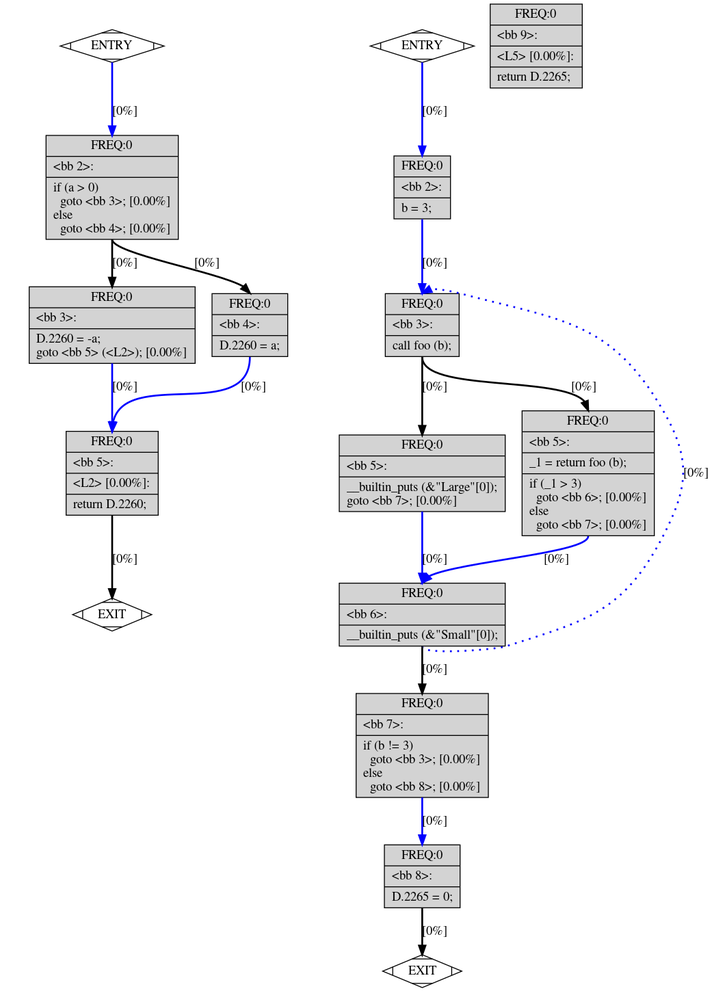
Above: Notebooks/main_output.png in juliendenize/Cassiop-e-Control-Flow-Graph (Graphviz), before the change. Its source is kept beside it as Notebooks/main_output.dot.
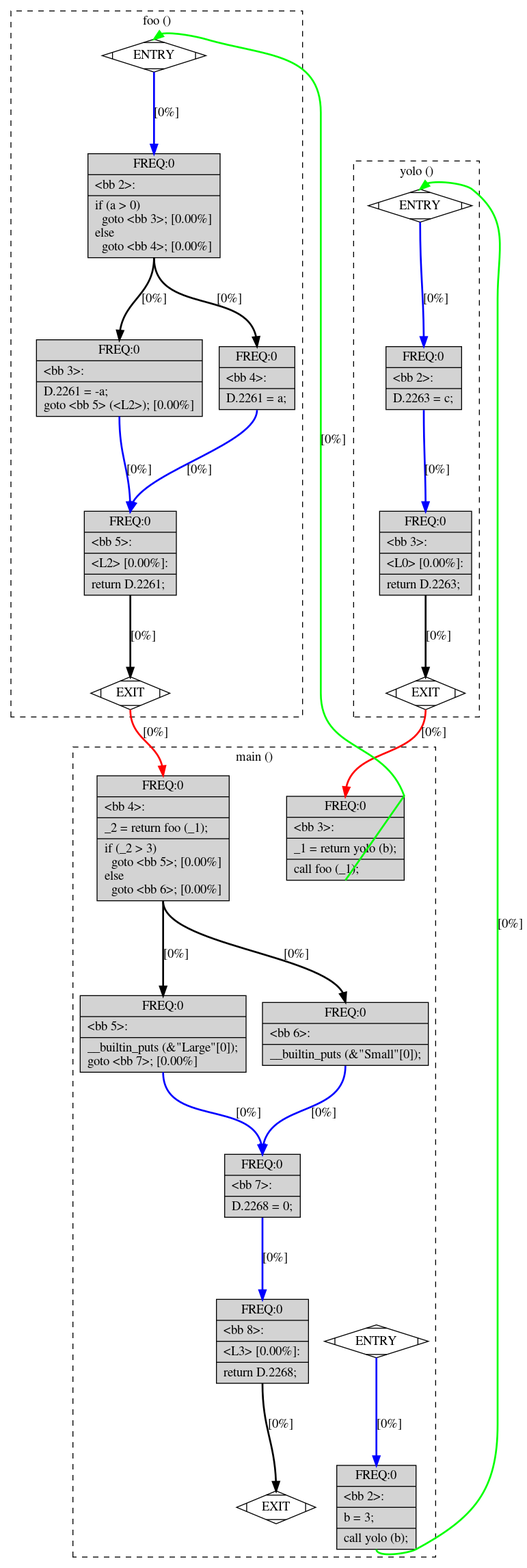
The same file after the commit.

The edit, as a diff of the source:
```diff
@@ -1,271 +1,324 @@
-digraph "test.c.011t.cfg" {
-	graph [bb="0,0,773,1079",
+digraph "cluster_test.c.011t.cfg" {
+	graph [bb="0,0,570,1711",
 		overlap=false
 	];
 	node [label="\N"];
-	subgraph foo {
-		graph [color=black,
+	subgraph cluster_foo {
+		graph [bb="8,929,328,1703",
+			color=black,
 			label="foo ()",
+			lheight=0.21,
+			lp="168,1691.5",
+			lwidth=0.43,
 			style=dashed
 		];
 		fn_0_basic_block_0		 [fillcolor=white,
 			height=0.5,
 			label=ENTRY,
-			pos="119,1032.5",
+			pos="165,1654",
 			shape=Mdiamond,
 			style=filled,
 			width=1.583];
 		fn_0_basic_block_1		 [fillcolor=white,
 			height=0.5,
 			label=EXIT,
-			pos="119,409",
+			pos="139,955",
 			shape=Mdiamond,
 			style=filled,
 			width=1.2];
 		fn_0_basic_block_0:s -> fn_0_basic_block_1:n		 [constraint=true,
-			pos="e,119,427 119,1014.5 119,963.74 69.167,974.27 37,935 17.742,911.49 0,907.89 0,877.5 0,877.5 0,877.5 0,564 0,523.65 32.54,525.46 \
-59,495 82.953,467.42 112.77,467.08 118.15,437.26",
+			pos="e,139,973 165,1636 165,1567.3 17,1660.2 17,1591.5 17,1591.5 17,1591.5 17,1017.5 17,963.84 122.45,1021.4 137.28,983.36",
 			style=invis];
 		fn_0_basic_block_2		 [fillcolor=lightgrey,
 			height=1.5972,
 			label="{ FREQ:0 |\<bb\ 2\>:\l|if\ (a\ \>\ 0)\l\ \ goto\ \<bb\ 3\>;\ [0.00%]\lelse\l\ \ goto\ \<bb\ 4\>;\ [0.00%]\l}",
-			pos="119,877.5",
-			rects="46.5,911.5,191.5,934.5 46.5,888.5,191.5,911.5 46.5,820.5,191.5,888.5",
+			pos="165,1489.5",
+			rects="92.5,1523.5,237.5,1546.5 92.5,1500.5,237.5,1523.5 92.5,1432.5,237.5,1500.5",
 			shape=record,
 			style=filled,
 			width=2.0139];
 		fn_0_basic_block_0:s -> fn_0_basic_block_2:n		 [color=blue,
 			constraint=true,
 			label="[0%]",
-			lp="133,960.5",
-			pos="e,119,934.5 119,1014.5 119,982.56 119,972.14 119,944.56",
+			lp="179,1591.5",
+			pos="e,165,1546.5 165,1636 165,1599.8 165,1588.3 165,1556.5",
 			style="solid,bold",
 			weight=100];
 		fn_0_basic_block_3		 [fillcolor=lightgrey,
 			height=1.1806,
-			label="{ FREQ:0 |\<bb\ 3\>:\l|D.2260\ =\ -a;\lgoto\ \<bb\ 5\>\ (\<L2\>);\ [0.00%]\l}",
-			pos="119,726.5",
-			rects="28,745.5,210,768.5 28,722.5,210,745.5 28,684.5,210,722.5",
+			label="{ FREQ:0 |\<bb\ 3\>:\l|D.2261\ =\ -a;\lgoto\ \<bb\ 5\>\ (\<L2\>);\ [0.00%]\l}",
+			pos="127,1300.5",
+			rects="36,1319.5,218,1342.5 36,1296.5,218,1319.5 36,1258.5,218,1296.5",
 			shape=record,
 			style=filled,
 			width=2.5278];
 		fn_0_basic_block_2:s -> fn_0_basic_block_3:n		 [color=black,
 			constraint=true,
 			label="[0%]",
-			lp="133,794.5",
-			pos="e,119,768.5 119,820.5 119,801.18 119,793.97 119,778.63",
+			lp="165,1387.5",
+			pos="e,127,1342.5 165,1432.5 165,1392.8 133.25,1386.8 127.79,1352.9",
 			style="solid,bold",
 			weight=10];
 		fn_0_basic_block_4		 [fillcolor=lightgrey,
 			height=0.97222,
-			label="{ FREQ:0 |\<bb\ 4\>:\l|D.2260\ =\ a;\l}",
-			pos="270,726.5",
-			rects="228.5,738,311.5,761 228.5,715,311.5,738 228.5,692,311.5,715",
+			label="{ FREQ:0 |\<bb\ 4\>:\l|D.2261\ =\ a;\l}",
+			pos="278,1300.5",
+			rects="236.5,1312,319.5,1335 236.5,1289,319.5,1312 236.5,1266,319.5,1289",
 			shape=record,
 			style=filled,
 			width=1.1528];
 		fn_0_basic_block_2:s -> fn_0_basic_block_4:n		 [color=black,
 			constraint=true,
 			label="[0%]",
-			lp="223,794.5",
-			pos="e,270,761.5 119,820.5 119,804.88 232.55,785.53 262.72,768.92",
+			lp="248,1387.5",
+			pos="e,278,1335.5 165,1432.5 165,1369.9 265.98,1398.1 277.02,1345.5",
 			style="solid,bold",
 			weight=10];
 		fn_0_basic_block_5		 [fillcolor=lightgrey,
 			height=1.2917,
-			label="{ FREQ:0 |\<bb\ 5\>:\l|\<L2\>\ [0.00%]:\l|return\ D.2260;\l}",
-			pos="119,564",
-			rects="68.5,587,169.5,610 68.5,564,169.5,587 68.5,541,169.5,564 68.5,518,169.5,541",
+			label="{ FREQ:0 |\<bb\ 5\>:\l|\<L2\>\ [0.00%]:\l|return\ D.2261;\l}",
+			pos="139,1108.5",
+			rects="88.5,1131.5,189.5,1154.5 88.5,1108.5,189.5,1131.5 88.5,1085.5,189.5,1108.5 88.5,1062.5,189.5,1085.5",
 			shape=record,
 			style=filled,
 			width=1.4028];
 		fn_0_basic_block_3:s -> fn_0_basic_block_5:n		 [color=blue,
 			constraint=true,
 			label="[0%]",
-			lp="133,658.5",
-			pos="e,119,610 119,684.5 119,655.01 119,645.22 119,620.04",
+			lp="149,1199.5",
+			pos="e,139,1154.5 127,1258.5 127,1215.6 137.2,1203 138.79,1164.8",
 			style="solid,bold",
 			weight=100];
 		fn_0_basic_block_4:s -> fn_0_basic_block_5:n		 [color=blue,
 			constraint=true,
 			label="[0%]",
-			lp="274,658.5",
-			pos="e,119,610 270,691.5 270,618.96 133.39,679.68 120.04,620.15",
+			lp="215,1199.5",
+			pos="e,139,1154.5 278,1265.5 278,1229.4 161.86,1199.6 141.9,1164.5",
 			style="solid,bold",
 			weight=100];
 		fn_0_basic_block_5:s -> fn_0_basic_block_1:n		 [color=black,
 			constraint=true,
 			label="[0%]",
-			lp="133,469.5",
-			pos="e,119,427 119,518 119,481.19 119,469.51 119,437.21",
+			lp="153,1017.5",
+			pos="e,139,973 139,1062.5 139,1026.3 139,1014.8 139,983.04",
 			style="solid,bold",
 			weight=10];
 	}
-	subgraph main {
-		graph [color=black,
-			label="main ()",
+	subgraph cluster_yolo {
+		graph [bb="384,929,522,1538.5",
+			color=black,
+			label="yolo ()",
+			lheight=0.21,
+			lp="453,1527",
+			lwidth=0.51,
 			style=dashed
 		];
-		subgraph "1_1" {
-			graph [color=darkgreen,
-				fillcolor=grey88,
-				label="loop 1",
-				labeljust=l,
-				penwidth=2,
-				style=filled
-			];
-			fn_1_basic_block_3			 [fillcolor=lightgrey,
-				height=0.97222,
-				label="{ FREQ:0 |\<bb\ 3\>:\l|call\ foo\ (b);\l}",
-				pos="459,726.5",
-				rects="418.5,738,499.5,761 418.5,715,499.5,738 418.5,692,499.5,715",
-				shape=record,
-				style=filled,
-				width=1.125];
-			fn_1_basic_block_5			 [fillcolor=lightgrey,
-				height=1.1806,
-				label="{ FREQ:0 |\<bb\ 5\>:\l|__builtin_puts\ (&\"Large\"[0]);\lgoto\ \<bb\ 7\>;\ [0.00%]\l}",
-				pos="459,564",
-				rects="368,583,550,606 368,560,550,583 368,522,550,560",
-				shape=record,
-				style=filled,
-				width=2.5278];
-			fn_1_basic_block_6			 [fillcolor=lightgrey,
-				height=0.97222,
-				label="{ FREQ:0 |\<bb\ 6\>:\l|__builtin_puts\ (&\"Small\"[0]);\l}",
-				pos="459,409",
-				rects="368,420.5,550,443.5 368,397.5,550,420.5 368,374.5,550,397.5",
-				shape=record,
-				style=filled,
-				width=2.5278];
-			fn_1_basic_block_7			 [fillcolor=lightgrey,
-				height=1.5972,
-				label="{ FREQ:0 |\<bb\ 7\>:\l|if\ (b\ !=\ 3)\l\ \ goto\ \<bb\ 3\>;\ [0.00%]\lelse\l\ \ goto\ \<bb\ 8\>;\ [0.00%]\l}",
-				pos="459,265.5",
-				rects="386.5,299.5,531.5,322.5 386.5,276.5,531.5,299.5 386.5,208.5,531.5,276.5",
-				shape=record,
-				style=filled,
-				width=2.0139];
-			fn_1_basic_block_4			 [fillcolor=lightgrey,
-				height=1.9167,
-				label="{ FREQ:0 |\<bb\ 5\>:\l|_1\ =\ return\ foo\ (b);\l|if\ (_1\ \>\ 3)\l\ \ goto\ \<bb\ 6\>;\ [0.00%]\lelse\l\ \ goto\ \<bb\ 7\>;\ [0.00%]\l}",
-				pos="641,564",
-				rects="568.5,609.5,713.5,632.5 568.5,586.5,713.5,609.5 568.5,563.5,713.5,586.5 568.5,495.5,713.5,563.5",
-				shape=record,
-				style=filled,
-				width=2.0139];
-		}
-		fn_1_basic_block_3:s -> fn_1_basic_block_5:n		 [color=black,
-			constraint=true,
-			label="[0%]",
-			lp="473,658.5",
-			pos="e,459,606 459,691.5 459,657.21 459,646.13 459,616.37",
-			style="solid,bold",
-			weight=10];
-		fn_1_basic_block_3:s -> fn_1_basic_block_4:n		 [color=black,
-			constraint=true,
-			label="[0%]",
-			lp="636,658.5",
-			pos="e,641,633 459,691.5 459,652.67 611.06,671.44 637.2,642.51",
-			style="solid,bold",
-			weight=10];
-		fn_1_basic_block_5:s -> fn_1_basic_block_6:n		 [color=blue,
-			constraint=true,
-			label="[0%]",
-			lp="473,469.5",
-			pos="e,459,444 459,522 459,490.99 459,480.78 459,454.16",
-			style="solid,bold",
-			weight=100];
-		fn_1_basic_block_6:s -> fn_1_basic_block_3:n		 [color=blue,
-			constraint=false,
-			label="[0%]",
-			lp="759,564",
-			pos="e,459,761.5 459,374 459,363.89 540.36,370.96 550,374 639.49,402.19 679.65,411.78 723,495 751.33,549.4 753.71,579.91 723,633 665.62,\
-732.18 610.2,731.94 499.5,761.5 493.79,763.02 478.13,766.42 468.04,766.04",
-			style="dotted,bold",
-			weight=10];
-		fn_1_basic_block_6:s -> fn_1_basic_block_7:n		 [color=black,
-			constraint=true,
-			label="[0%]",
-			lp="473,348.5",
-			pos="e,459,322.5 459,374 459,354.87 459,347.73 459,332.53",
-			style="solid,bold",
-			weight=10];
-		fn_1_basic_block_8		 [fillcolor=lightgrey,
-			height=0.97222,
-			label="{ FREQ:0 |\<bb\ 8\>:\l|D.2265\ =\ 0;\l}",
-			pos="459,122",
-			rects="417.5,133.5,500.5,156.5 417.5,110.5,500.5,133.5 417.5,87.5,500.5,110.5",
-			shape=record,
-			style=filled,
-			width=1.1528];
-		fn_1_basic_block_7:s -> fn_1_basic_block_8:n		 [color=blue,
-			constraint=true,
-			label="[0%]",
-			lp="473,182.5",
-			pos="e,459,157 459,208.5 459,189.37 459,182.23 459,167.03",
-			style="solid,bold",
-			weight=100];
-		fn_1_basic_block_4:s -> fn_1_basic_block_6:n		 [color=blue,
-			constraint=true,
-			label="[0%]",
-			lp="606,469.5",
-			pos="e,459,444 641,495 641,476.54 500.41,467.36 466.36,451.14",
-			style="solid,bold",
-			weight=100];
 		fn_1_basic_block_0		 [fillcolor=white,
 			height=0.5,
 			label=ENTRY,
-			pos="459,1032.5",
+			pos="457,1489.5",
 			shape=Mdiamond,
 			style=filled,
 			width=1.583];
 		fn_1_basic_block_1		 [fillcolor=white,
 			height=0.5,
 			label=EXIT,
-			pos="459,18",
+			pos="463,955",
 			shape=Mdiamond,
 			style=filled,
 			width=1.2];
 		fn_1_basic_block_0:s -> fn_1_basic_block_1:n		 [constraint=true,
-			pos="e,459,36 459,1014.5 459,933.85 340,958.15 340,877.5 340,877.5 340,877.5 340,122 340,60.441 445.9,96.565 457.9,46.072",
+			pos="e,463,973 457,1471.5 457,1424.6 393,1434.4 393,1387.5 393,1387.5 393,1387.5 393,1017.5 393,984.67 448.52,1004.3 460.67,982.9",
 			style=invis];
 		fn_1_basic_block_2		 [fillcolor=lightgrey,
 			height=0.97222,
-			label="{ FREQ:0 |\<bb\ 2\>:\l|b\ =\ 3;\l}",
-			pos="459,877.5",
-			rects="428,889,490,912 428,866,490,889 428,843,490,866",
+			label="{ FREQ:0 |\<bb\ 2\>:\l|D.2263\ =\ c;\l}",
+			pos="461,1300.5",
+			rects="419.5,1312,502.5,1335 419.5,1289,502.5,1312 419.5,1266,502.5,1289",
 			shape=record,
 			style=filled,
-			width=0.86111];
+			width=1.1528];
 		fn_1_basic_block_0:s -> fn_1_basic_block_2:n		 [color=blue,
 			constraint=true,
 			label="[0%]",
-			lp="473,960.5",
-			pos="e,459,912.5 459,1014.5 459,972.71 459,959.81 459,922.53",
+			lp="474,1387.5",
+			pos="e,461,1335.5 457,1471.5 457,1414.6 460.54,1397.9 460.96,1345.7",
 			style="solid,bold",
 			weight=100];
+		fn_1_basic_block_3		 [fillcolor=lightgrey,
+			height=1.2917,
+			label="{ FREQ:0 |\<bb\ 3\>:\l|\<L0\>\ [0.00%]:\l|return\ D.2263;\l}",
+			pos="463,1108.5",
+			rects="412.5,1131.5,513.5,1154.5 412.5,1108.5,513.5,1131.5 412.5,1085.5,513.5,1108.5 412.5,1062.5,513.5,1085.5",
+			shape=record,
+			style=filled,
+			width=1.4028];
 		fn_1_basic_block_2:s -> fn_1_basic_block_3:n		 [color=blue,
 			constraint=true,
 			label="[0%]",
-			lp="473,794.5",
-			pos="e,459,761.5 459,842.5 459,810.16 459,799.61 459,771.69",
+			lp="476,1199.5",
+			pos="e,463,1154.5 461,1265.5 461,1219.7 462.72,1205.8 462.97,1164.6",
 			style="solid,bold",
 			weight=100];
-		fn_1_basic_block_8:s -> fn_1_basic_block_1:n		 [color=black,
+		fn_1_basic_block_3:s -> fn_1_basic_block_1:n		 [color=black,
 			constraint=true,
 			label="[0%]",
-			lp="473,61.5",
-			pos="e,459,36 459,87 459,68.229 459,61.117 459,46.354",
+			lp="477,1017.5",
+			pos="e,463,973 463,1062.5 463,1026.3 463,1014.8 463,983.04",
 			style="solid,bold",
 			weight=10];
-		fn_1_basic_block_9		 [fillcolor=lightgrey,
+	}
+	subgraph cluster_main {
+		graph [bb="76,8,474,896",
+			color=black,
+			label="main ()",
+			lheight=0.21,
+			lp="275,884.5",
+			lwidth=0.57,
+			style=dashed
+		];
+		fn_2_basic_block_0		 [fillcolor=white,
+			height=0.5,
+			label=ENTRY,
+			pos="409,244.5",
+			shape=Mdiamond,
+			style=filled,
+			width=1.583];
+		fn_2_basic_block_1		 [fillcolor=white,
+			height=0.5,
+			label=EXIT,
+			pos="299,62.5",
+			shape=Mdiamond,
+			style=filled,
+			width=1.2];
+		fn_2_basic_block_0:s -> fn_2_basic_block_1:n		 [constraint=true,
+			pos="e,299,80.5 409,226.5 409,148.91 308.66,160.46 299.65,90.875",
+			style=invis];
+		fn_2_basic_block_2		 [fillcolor=lightgrey,
 			height=1.2917,
-			label="{ FREQ:0 |\<bb\ 9\>:\l|\<L5\>\ [0.00%]:\l|return\ D.2265;\l}",
-			pos="584,1032.5",
-			rects="533.5,1055.5,634.5,1078.5 533.5,1032.5,634.5,1055.5 533.5,1009.5,634.5,1032.5 533.5,986.5,634.5,1009.5",
+			label="{ FREQ:0 |\<bb\ 2\>:\l|b\ =\ 3;\l|call\ yolo\ (b);\l}",
+			pos="409,62.5",
+			rects="365.5,85.5,452.5,108.5 365.5,62.5,452.5,85.5 365.5,39.5,452.5,62.5 365.5,16.5,452.5,39.5",
+			shape=record,
+			style=filled,
+			width=1.2083];
+		fn_2_basic_block_0:s -> fn_2_basic_block_2:n		 [color=blue,
+			constraint=true,
+			label="[0%]",
+			lp="423,153.5",
+			pos="e,409,108.5 409,226.5 409,177.64 409,162.92 409,118.73",
+			style="solid,bold",
+			weight=100];
+		fn_2_basic_block_5		 [fillcolor=lightgrey,
+			height=1.1806,
+			label="{ FREQ:0 |\<bb\ 5\>:\l|__builtin_puts\ (&\"Large\"[0]);\lgoto\ \<bb\ 7\>;\ [0.00%]\l}",
+			pos="175,581.5",
+			rects="84,600.5,266,623.5 84,577.5,266,600.5 84,539.5,266,577.5",
+			shape=record,
+			style=filled,
+			width=2.5278];
+		fn_2_basic_block_7		 [fillcolor=lightgrey,
+			height=0.97222,
+			label="{ FREQ:0 |\<bb\ 7\>:\l|D.2268\ =\ 0;\l}",
+			pos="284,415",
+			rects="242.5,426.5,325.5,449.5 242.5,403.5,325.5,426.5 242.5,380.5,325.5,403.5",
+			shape=record,
+			style=filled,
+			width=1.1528];
+		fn_2_basic_block_5:s -> fn_2_basic_block_7:n		 [color=blue,
+			constraint=true,
+			label="[0%]",
+			lp="269,494.5",
+			pos="e,284,450 175,539.5 175,480.49 271.6,508.82 282.92,460.04",
+			style="solid,bold"];
+		fn_2_basic_block_6		 [fillcolor=lightgrey,
+			height=0.97222,
+			label="{ FREQ:0 |\<bb\ 6\>:\l|__builtin_puts\ (&\"Small\"[0]);\l}",
+			pos="375,581.5",
+			rects="284,593,466,616 284,570,466,593 284,547,466,570",
+			shape=record,
+			style=filled,
+			width=2.5278];
+		fn_2_basic_block_6:s -> fn_2_basic_block_7:n		 [color=blue,
+			constraint=true,
+			label="[0%]",
+			lp="351,494.5",
+			pos="e,284,450 375,546.5 375,491.23 295.02,506.59 285.02,460.15",
+			style="solid,bold"];
+		fn_2_basic_block_8		 [fillcolor=lightgrey,
+			height=1.2917,
+			label="{ FREQ:0 |\<bb\ 8\>:\l|\<L3\>\ [0.00%]:\l|return\ D.2268;\l}",
+			pos="284,244.5",
+			rects="233.5,267.5,334.5,290.5 233.5,244.5,334.5,267.5 233.5,221.5,334.5,244.5 233.5,198.5,334.5,221.5",
 			shape=record,
 			style=filled,
 			width=1.4028];
+		fn_2_basic_block_7:s -> fn_2_basic_block_8:n		 [color=blue,
+			constraint=true,
+			label="[0%]",
+			lp="298,335.5",
+			pos="e,284,290.5 284,380 284,343.8 284,332.31 284,300.54",
+			style="solid,bold"];
+		fn_2_basic_block_8:s -> fn_2_basic_block_1:n		 [color=black,
+			constraint=true,
+			label="[0%]",
+			lp="304,153.5",
+			pos="e,299,80.5 284,198.5 284,149.14 297.07,135.17 298.81,90.519",
+			style="solid,bold"];
+		fn_2_basic_block_3		 [fillcolor=lightgrey,
+			height=1.2917,
+			label="{ FREQ:0 |\<bb\ 3\>:\l|_1\ =\ return\ yolo\ (b);\l|call\ foo\ (_1);\l}",
+			pos="375,796",
+			rects="310.5,819,439.5,842 310.5,796,439.5,819 310.5,773,439.5,796 310.5,750,439.5,773",
+			shape=record,
+			style=filled,
+			width=1.7917];
+		fn_2_basic_block_4		 [fillcolor=lightgrey,
+			height=1.9167,
+			label="{ FREQ:0 |\<bb\ 4\>:\l|_2\ =\ return\ foo\ (_1);\l|if\ (_2\ \>\ 3)\l\ \ goto\ \<bb\ 5\>;\ [0.00%]\lelse\l\ \ goto\ \<bb\ 6\>;\ [\
+0.00%]\l}",
+			pos="175,796",
+			rects="102.5,841.5,247.5,864.5 102.5,818.5,247.5,841.5 102.5,795.5,247.5,818.5 102.5,727.5,247.5,795.5",
+			shape=record,
+			style=filled,
+			width=2.0139];
+		fn_2_basic_block_4:s -> fn_2_basic_block_5:n		 [color=black,
+			constraint=true,
+			label="[0%]",
+			lp="189,668.5",
+			pos="e,175,623.5 175,727 175,684.59 175,671.51 175,633.68",
+			style="solid,bold"];
+		fn_2_basic_block_4:s -> fn_2_basic_block_6:n		 [color=black,
+			constraint=true,
+			label="[0%]",
+			lp="321,668.5",
+			pos="e,375,616.5 175,727 175,679.69 348.59,668.7 372.32,626.35",
+			style="solid,bold"];
 	}
+	fn_0_basic_block_1:s -> fn_2_basic_block_4:n	 [color=red,
+		constraint=true,
+		label="[0%]",
+		lp="167,911.5",
+		pos="e,175,865 139,937 139,905 167.81,901.26 173.88,875.22",
+		style="solid, bold"];
+	fn_1_basic_block_1:s -> fn_2_basic_block_3:n	 [color=red,
+		constraint=true,
+		label="[0%]",
+		lp="472,911.5",
+		pos="e,375,842 463,937 463,883.16 385.98,897.28 376.05,852.2",
+		style="solid, bold"];
+	fn_2_basic_block_2:s -> fn_1_basic_block_0:n	 [color=green,
+		constraint=true,
+		label="[0%]",
+		lp="556,701.5",
+		pos="e,457,1507.5 409,16.5 409,6.8333 444,11.899 452.5,16.5 516.46,51.117 542,80.769 542,153.5 542,1387.5 542,1387.5 542,1387.5 542,1442.3 \
+556.89,1473.5 513.99,1507.5 506.62,1513.3 478.8,1517.5 464.94,1514.1",
+		style="solid, bold"];
+	fn_2_basic_block_3:s -> fn_0_basic_block_0:n	 [color=green,
+		constraint=true,
+		label="[0%]",
+		lp="362,1232.5",
+		pos="e,165,1672 375,750 375,750 439.5,842.5 439.5,842.5 417.92,903.23 348,890.55 348,955 348,1591.5 348,1591.5 348,1591.5 348,1658 285.78,\
+1653.4 221.99,1672 213.06,1674.6 186.51,1680.2 173.04,1678",
+		style="solid, bold"];
 }
```
